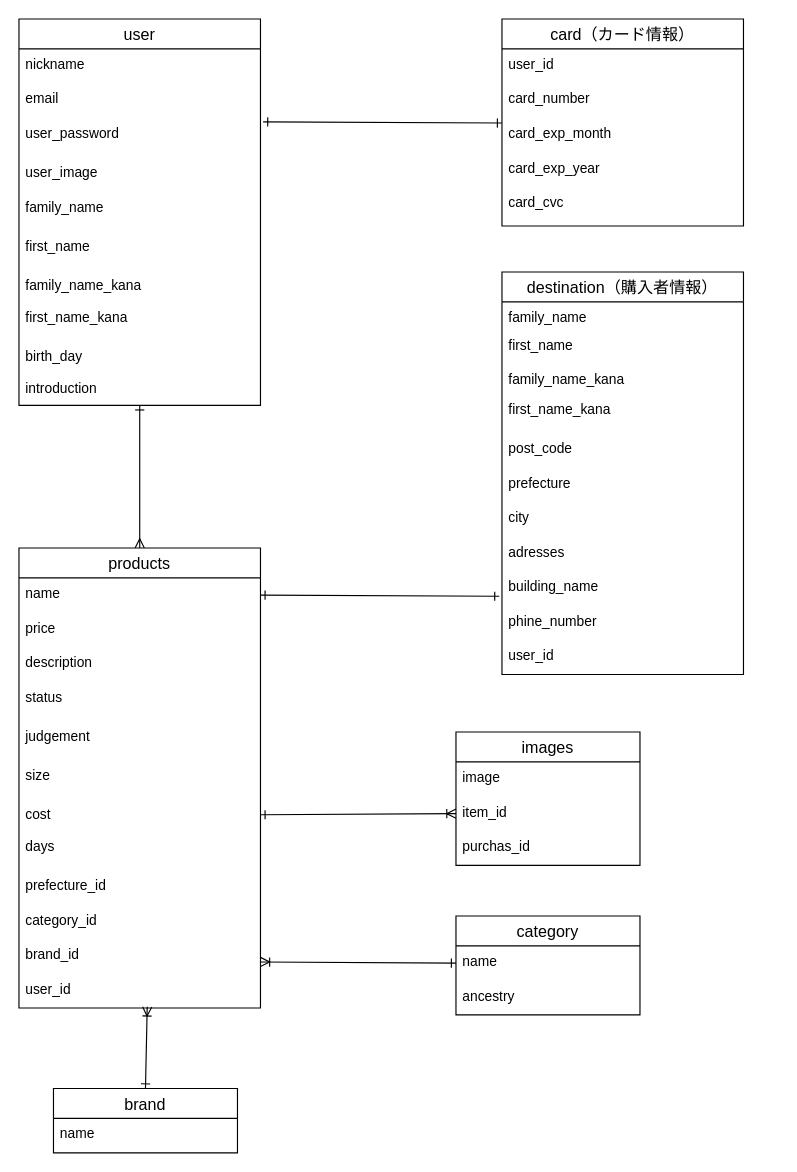
Before: furima.dio in nono2chan/furima-39100, a draw.io diagram. Source tidied: cells renumbered, new cells numbered last; positions are measured from the earlier drawing's top-left corner, leaving out a move shared by most shapes. Both pictures are drawn from the tidied source at 115%, with x=0, y=0 at pixel (18, 18).
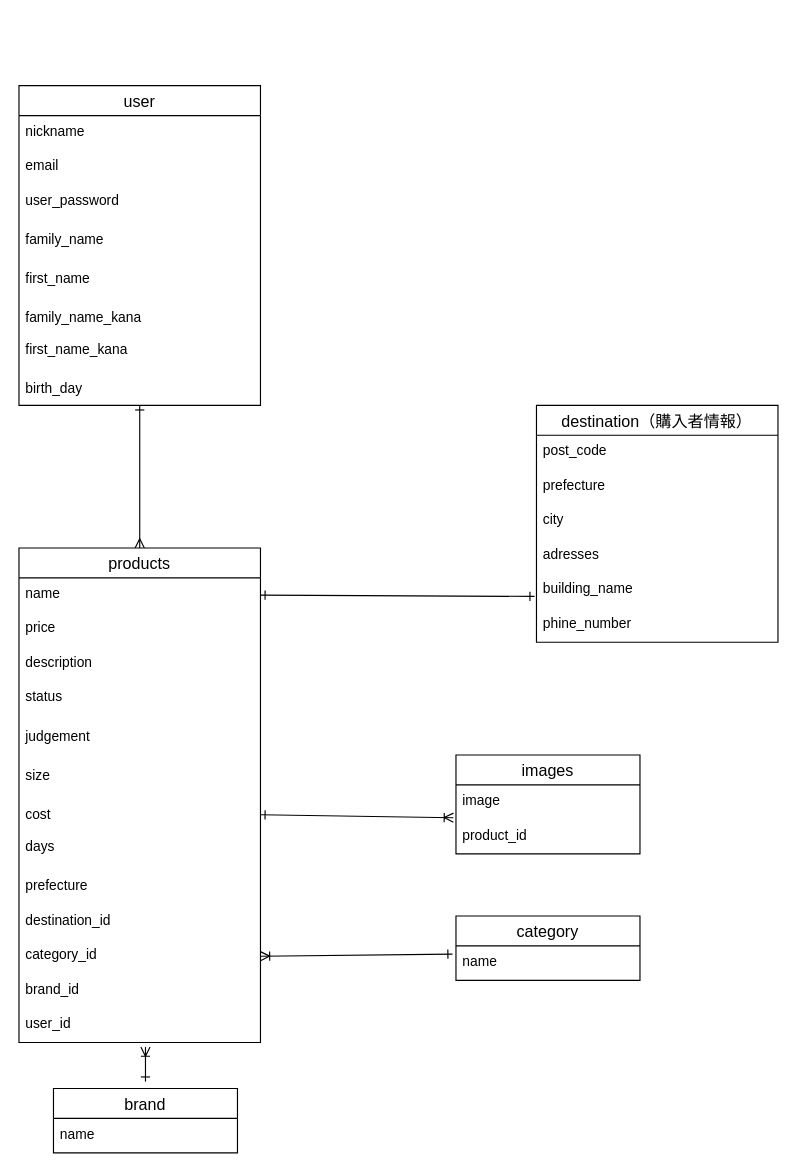
The same page after the edit.

The change refers to these unchanged cells:
```xml
<mxCell id="15" value="image" style="text;strokeColor=none;fillColor=none;spacingLeft=4;spacingRight=4;overflow=hidden;points=[[0,0.5],[1,0.5]];portConstraint=eastwest;fontSize=12;" parent="14" vertex="1">
  <mxGeometry y="26" width="160" height="30" as="geometry" />
</mxCell>
<mxCell id="19" value="name" style="text;strokeColor=none;fillColor=none;spacingLeft=4;spacingRight=4;overflow=hidden;points=[[0,0.5],[1,0.5]];portConstraint=eastwest;fontSize=12;" parent="18" vertex="1">
  <mxGeometry y="26" width="210" height="30" as="geometry" />
</mxCell>
<mxCell id="25" value="cost" style="text;strokeColor=none;fillColor=none;spacingLeft=4;spacingRight=4;overflow=hidden;points=[[0,0.5],[1,0.5]];portConstraint=eastwest;fontSize=12;" parent="18" vertex="1">
  <mxGeometry y="218" width="210" height="28" as="geometry" />
</mxCell>
<mxCell id="50" value="name" style="text;strokeColor=none;fillColor=none;spacingLeft=4;spacingRight=4;overflow=hidden;points=[[0,0.5],[1,0.5]];portConstraint=eastwest;fontSize=12;" parent="49" vertex="1">
  <mxGeometry y="26" width="160" height="30" as="geometry" />
</mxCell>
<mxCell id="55" value="brand" style="swimlane;fontStyle=0;horizontal=1;startSize=26;align=center;fontSize=14;strokeColor=default;" parent="1" vertex="1">
  <mxGeometry x="30" y="930" width="160" height="56" as="geometry" />
</mxCell>
```

The edit, as a diff of the source:
```diff
@@
     <mxCell id="3" value="user" style="swimlane;fontStyle=0;horizontal=1;startSize=26;align=center;fontSize=14;" parent="1" vertex="1">
-      <mxGeometry width="210" height="336" as="geometry" />
+      <mxGeometry y="58" width="210" height="278" as="geometry" />
     </mxCell>
@@
-    <mxCell id="7" value="user_image" style="text;strokeColor=none;fillColor=none;spacingLeft=4;spacingRight=4;overflow=hidden;fontSize=12;" parent="3" vertex="1">
-      <mxGeometry y="120" width="210" height="30" as="geometry" />
-    </mxCell>
     <mxCell id="8" value="family_name" style="text;strokeColor=none;fillColor=none;spacingLeft=4;spacingRight=4;overflow=hidden;fontSize=12;" parent="3" vertex="1">
-      <mxGeometry y="150" width="210" height="34" as="geometry" />
+      <mxGeometry y="120" width="210" height="34" as="geometry" />
     </mxCell>
     <mxCell id="9" value="first_name" style="text;strokeColor=none;fillColor=none;spacingLeft=4;spacingRight=4;overflow=hidden;fontSize=12;" parent="3" vertex="1">
-      <mxGeometry y="184" width="210" height="34" as="geometry" />
+      <mxGeometry y="154" width="210" height="34" as="geometry" />
     </mxCell>
     <mxCell id="10" value="family_name_kana" style="text;strokeColor=none;fillColor=none;spacingLeft=4;spacingRight=4;overflow=hidden;fontSize=12;" parent="3" vertex="1">
-      <mxGeometry y="218" width="210" height="28" as="geometry" />
+      <mxGeometry y="188" width="210" height="28" as="geometry" />
     </mxCell>
     <mxCell id="11" value="first_name_kana" style="text;strokeColor=none;fillColor=none;spacingLeft=4;spacingRight=4;overflow=hidden;fontSize=12;" parent="3" vertex="1">
-      <mxGeometry y="246" width="210" height="34" as="geometry" />
+      <mxGeometry y="216" width="210" height="34" as="geometry" />
     </mxCell>
     <mxCell id="12" value="birth_day" style="text;strokeColor=none;fillColor=none;spacingLeft=4;spacingRight=4;overflow=hidden;fontSize=12;" parent="3" vertex="1">
-      <mxGeometry y="280" width="210" height="28" as="geometry" />
+      <mxGeometry y="250" width="210" height="28" as="geometry" />
     </mxCell>
-    <mxCell id="13" value="introduction" style="text;strokeColor=none;fillColor=none;spacingLeft=4;spacingRight=4;overflow=hidden;fontSize=12;" parent="3" vertex="1">
-      <mxGeometry y="308" width="210" height="28" as="geometry" />
-    </mxCell>
     <mxCell id="14" value="images" style="swimlane;fontStyle=0;horizontal=1;startSize=26;align=center;fontSize=14;strokeColor=default;" parent="1" vertex="1">
-      <mxGeometry x="380" y="620" width="160" height="116" as="geometry" />
+      <mxGeometry x="380" y="640" width="160" height="86" as="geometry" />
     </mxCell>
@@
-    <mxCell id="16" value="item_id" style="text;strokeColor=none;fillColor=none;spacingLeft=4;spacingRight=4;overflow=hidden;points=[[0,0.5],[1,0.5]];portConstraint=eastwest;fontSize=12;" parent="14" vertex="1">
+    <mxCell id="16" value="product_id" style="text;strokeColor=none;fillColor=none;spacingLeft=4;spacingRight=4;overflow=hidden;points=[[0,0.5],[1,0.5]];portConstraint=eastwest;fontSize=12;" parent="14" vertex="1">
       <mxGeometry y="56" width="160" height="30" as="geometry" />
     </mxCell>
-    <mxCell id="17" value="purchas_id" style="text;strokeColor=none;fillColor=none;spacingLeft=4;spacingRight=4;overflow=hidden;fontSize=12;" parent="14" vertex="1">
-      <mxGeometry y="86" width="160" height="30" as="geometry" />
-    </mxCell>
     <mxCell id="18" value="products" style="swimlane;fontStyle=0;horizontal=1;startSize=26;align=center;fontSize=14;" parent="1" vertex="1">
-      <mxGeometry y="460" width="210" height="400" as="geometry" />
+      <mxGeometry y="460" width="210" height="430" as="geometry" />
     </mxCell>
@@
-    <mxCell id="27" value="prefecture_id" style="text;strokeColor=none;fillColor=none;spacingLeft=4;spacingRight=4;overflow=hidden;fontSize=12;" parent="18" vertex="1">
+    <mxCell id="27" value="prefecture" style="text;strokeColor=none;fillColor=none;spacingLeft=4;spacingRight=4;overflow=hidden;fontSize=12;" parent="18" vertex="1">
       <mxGeometry y="280" width="210" height="30" as="geometry" />
     </mxCell>
+    <mxCell id="59" value="destination_id" style="text;strokeColor=none;fillColor=none;spacingLeft=4;spacingRight=4;overflow=hidden;fontSize=12;strokeWidth=1;html=0;" parent="18" vertex="1">
+      <mxGeometry y="310" width="210" height="30" as="geometry" />
+    </mxCell>
     <mxCell id="28" value="category_id" style="text;strokeColor=none;fillColor=none;spacingLeft=4;spacingRight=4;overflow=hidden;points=[[0,0.5],[1,0.5]];portConstraint=eastwest;fontSize=12;" parent="18" vertex="1">
-      <mxGeometry y="310" width="210" height="30" as="geometry" />
+      <mxGeometry y="340" width="210" height="30" as="geometry" />
     </mxCell>
     <mxCell id="29" value="brand_id" style="text;strokeColor=none;fillColor=none;spacingLeft=4;spacingRight=4;overflow=hidden;points=[[0,0.5],[1,0.5]];portConstraint=eastwest;fontSize=12;" parent="18" vertex="1">
-      <mxGeometry y="340" width="210" height="30" as="geometry" />
+      <mxGeometry y="370" width="210" height="30" as="geometry" />
     </mxCell>
     <mxCell id="30" value="user_id" style="text;strokeColor=none;fillColor=none;spacingLeft=4;spacingRight=4;overflow=hidden;points=[[0,0.5],[1,0.5]];portConstraint=eastwest;fontSize=12;" parent="18" vertex="1">
-      <mxGeometry y="370" width="210" height="30" as="geometry" />
+      <mxGeometry y="400" width="210" height="30" as="geometry" />
     </mxCell>
     <mxCell id="31" value="destination（購入者情報）" style="swimlane;fontStyle=0;horizontal=1;startSize=26;align=center;fontSize=14;" parent="1" vertex="1">
-      <mxGeometry x="420" y="220" width="210" height="350" as="geometry" />
+      <mxGeometry x="450" y="336" width="210" height="206" as="geometry" />
     </mxCell>
-    <mxCell id="32" value="family_name" style="text;strokeColor=none;fillColor=none;spacingLeft=4;spacingRight=4;overflow=hidden;fontSize=12;" parent="31" vertex="1">
-      <mxGeometry y="26" width="210" height="24" as="geometry" />
-    </mxCell>
-    <mxCell id="33" value="first_name" style="text;strokeColor=none;fillColor=none;spacingLeft=4;spacingRight=4;overflow=hidden;fontSize=12;" parent="31" vertex="1">
-      <mxGeometry y="50" width="210" height="30" as="geometry" />
-    </mxCell>
-    <mxCell id="34" value="family_name_kana" style="text;strokeColor=none;fillColor=none;spacingLeft=4;spacingRight=4;overflow=hidden;fontSize=12;" parent="31" vertex="1">
-      <mxGeometry y="80" width="210" height="26" as="geometry" />
-    </mxCell>
-    <mxCell id="35" value="first_name_kana" style="text;strokeColor=none;fillColor=none;spacingLeft=4;spacingRight=4;overflow=hidden;fontSize=12;" parent="31" vertex="1">
-      <mxGeometry y="106" width="210" height="34" as="geometry" />
-    </mxCell>
     <mxCell id="36" value="post_code" style="text;strokeColor=none;fillColor=none;spacingLeft=4;spacingRight=4;overflow=hidden;fontSize=12;" parent="31" vertex="1">
-      <mxGeometry y="140" width="210" height="30" as="geometry" />
+      <mxGeometry y="26" width="210" height="30" as="geometry" />
     </mxCell>
     <mxCell id="37" value="prefecture&#10;" style="text;strokeColor=none;fillColor=none;spacingLeft=4;spacingRight=4;overflow=hidden;fontSize=12;" parent="31" vertex="1">
-      <mxGeometry y="170" width="210" height="30" as="geometry" />
+      <mxGeometry y="56" width="210" height="30" as="geometry" />
     </mxCell>
     <mxCell id="38" value="city&#10;" style="text;strokeColor=none;fillColor=none;spacingLeft=4;spacingRight=4;overflow=hidden;fontSize=12;" parent="31" vertex="1">
-      <mxGeometry y="200" width="210" height="30" as="geometry" />
+      <mxGeometry y="86" width="210" height="30" as="geometry" />
     </mxCell>
     <mxCell id="39" value="adresses" style="text;strokeColor=none;fillColor=none;spacingLeft=4;spacingRight=4;overflow=hidden;fontSize=12;" parent="31" vertex="1">
-      <mxGeometry y="230" width="210" height="30" as="geometry" />
+      <mxGeometry y="116" width="210" height="30" as="geometry" />
     </mxCell>
     <mxCell id="40" value="building_name" style="text;strokeColor=none;fillColor=none;spacingLeft=4;spacingRight=4;overflow=hidden;points=[[0,0.5],[1,0.5]];portConstraint=eastwest;fontSize=12;" parent="31" vertex="1">
-      <mxGeometry y="260" width="210" height="30" as="geometry" />
+      <mxGeometry y="146" width="210" height="30" as="geometry" />
     </mxCell>
     <mxCell id="41" value="phine_number" style="text;strokeColor=none;fillColor=none;spacingLeft=4;spacingRight=4;overflow=hidden;fontSize=12;" parent="31" vertex="1">
-      <mxGeometry y="290" width="210" height="30" as="geometry" />
+      <mxGeometry y="176" width="210" height="30" as="geometry" />
     </mxCell>
-    <mxCell id="42" value="user_id" style="text;strokeColor=none;fillColor=none;spacingLeft=4;spacingRight=4;overflow=hidden;fontSize=12;" parent="31" vertex="1">
-      <mxGeometry y="320" width="210" height="30" as="geometry" />
-    </mxCell>
-    <mxCell id="43" value="card（カード情報）" style="swimlane;fontStyle=0;horizontal=1;startSize=26;align=center;fontSize=14;strokeColor=default;" parent="1" vertex="1">
-      <mxGeometry x="420" width="210" height="180" as="geometry" />
-    </mxCell>
-    <mxCell id="44" value="user_id" style="text;strokeColor=none;fillColor=none;spacingLeft=4;spacingRight=4;overflow=hidden;fontSize=12;" parent="43" vertex="1">
-      <mxGeometry y="26" width="210" height="30" as="geometry" />
-    </mxCell>
-    <mxCell id="45" value="card_number" style="text;strokeColor=none;fillColor=none;spacingLeft=4;spacingRight=4;overflow=hidden;fontSize=12;" parent="43" vertex="1">
-      <mxGeometry y="56" width="210" height="30" as="geometry" />
-    </mxCell>
-    <mxCell id="46" value="card_exp_month" style="text;strokeColor=none;fillColor=none;spacingLeft=4;spacingRight=4;overflow=hidden;fontSize=12;" parent="43" vertex="1">
-      <mxGeometry y="86" width="210" height="30" as="geometry" />
-    </mxCell>
-    <mxCell id="47" value="card_exp_year" style="text;strokeColor=none;fillColor=none;spacingLeft=4;spacingRight=4;overflow=hidden;fontSize=12;" parent="43" vertex="1">
-      <mxGeometry y="116" width="210" height="30" as="geometry" />
-    </mxCell>
-    <mxCell id="48" value="card_cvc" style="text;strokeColor=none;fillColor=none;spacingLeft=4;spacingRight=4;overflow=hidden;fontSize=12;" parent="43" vertex="1">
-      <mxGeometry y="146" width="210" height="34" as="geometry" />
-    </mxCell>
     <mxCell id="49" value="category" style="swimlane;fontStyle=0;horizontal=1;startSize=26;align=center;fontSize=14;strokeColor=default;" parent="1" vertex="1">
-      <mxGeometry x="380" y="780" width="160" height="86" as="geometry" />
+      <mxGeometry x="380" y="780" width="160" height="56" as="geometry" />
     </mxCell>
@@
-    <mxCell id="51" value="ancestry&#10;" style="text;strokeColor=none;fillColor=none;spacingLeft=4;spacingRight=4;overflow=hidden;fontSize=12;" parent="49" vertex="1">
-      <mxGeometry y="56" width="160" height="30" as="geometry" />
-    </mxCell>
-    <mxCell id="52" style="edgeStyle=none;rounded=0;html=1;exitX=1;exitY=0.5;exitDx=0;exitDy=0;entryX=0;entryY=0.5;entryDx=0;entryDy=0;startArrow=ERone;startFill=0;endArrow=ERoneToMany;endFill=0;" parent="1" edge="1" source="25" target="16">
+    <mxCell id="52" style="edgeStyle=none;rounded=0;html=1;exitX=1;exitY=0.5;exitDx=0;exitDy=0;entryX=-0.014;entryY=0.952;entryDx=0;entryDy=0;startArrow=ERone;startFill=0;endArrow=ERoneToMany;endFill=0;entryPerimeter=0;" parent="1" edge="1" source="25" target="15">
       <mxGeometry relative="1" as="geometry" />
     </mxCell>
-    <mxCell id="53" style="edgeStyle=none;rounded=0;html=1;exitX=0;exitY=0.5;exitDx=0;exitDy=0;startArrow=ERone;startFill=0;endArrow=ERoneToMany;endFill=0;entryX=1;entryY=0.667;entryDx=0;entryDy=0;entryPerimeter=0;" parent="1" edge="1" source="50" target="29">
+    <mxCell id="53" style="edgeStyle=none;rounded=0;html=1;exitX=-0.019;exitY=0.237;exitDx=0;exitDy=0;startArrow=ERone;startFill=0;endArrow=ERoneToMany;endFill=0;entryX=1;entryY=0.5;entryDx=0;entryDy=0;exitPerimeter=0;" parent="1" edge="1" source="50" target="28">
       <mxGeometry relative="1" as="geometry" />
     </mxCell>
-    <mxCell id="54" style="edgeStyle=none;rounded=0;html=1;exitX=0.5;exitY=0;exitDx=0;exitDy=0;entryX=0.531;entryY=0.967;entryDx=0;entryDy=0;entryPerimeter=0;startArrow=ERone;startFill=0;endArrow=ERoneToMany;endFill=0;" parent="1" edge="1" source="55" target="30">
-      <mxGeometry relative="1" as="geometry" />
-    </mxCell>
@@
-    <mxCell id="57" style="edgeStyle=none;rounded=0;html=1;exitX=1;exitY=0.5;exitDx=0;exitDy=0;entryX=-0.011;entryY=0.733;entryDx=0;entryDy=0;entryPerimeter=0;startArrow=ERone;startFill=0;endArrow=ERone;endFill=0;" parent="1" edge="1" source="19" target="40">
+    <mxCell id="57" style="edgeStyle=none;rounded=0;html=1;exitX=1;exitY=0.5;exitDx=0;exitDy=0;entryX=-0.008;entryY=0.671;entryDx=0;entryDy=0;startArrow=ERone;startFill=0;endArrow=ERone;endFill=0;entryPerimeter=0;" parent="1" edge="1" source="19" target="40">
       <mxGeometry relative="1" as="geometry" />
     </mxCell>
-    <mxCell id="58" style="edgeStyle=none;rounded=0;html=1;exitX=1;exitY=0.5;exitDx=0;exitDy=0;entryX=-0.011;entryY=0.733;entryDx=0;entryDy=0;entryPerimeter=0;startArrow=ERone;startFill=0;endArrow=ERone;endFill=0;" parent="1" edge="1">
-      <mxGeometry relative="1" as="geometry">
-        <mxPoint x="212.3" y="89.5" as="sourcePoint" />
-        <mxPoint x="420" y="90.5" as="targetPoint" />
-      </mxGeometry>
-    </mxCell>
+    <mxCell id="60" style="edgeStyle=none;rounded=0;html=1;startArrow=ERone;startFill=0;endArrow=ERoneToMany;endFill=0;exitX=0.5;exitY=0;exitDx=0;exitDy=0;" parent="1" edge="1">
+      <mxGeometry relative="1" as="geometry">
+        <mxPoint x="110" y="924" as="sourcePoint" />
+        <mxPoint x="110" y="894" as="targetPoint" />
+      </mxGeometry>
+    </mxCell>
```
